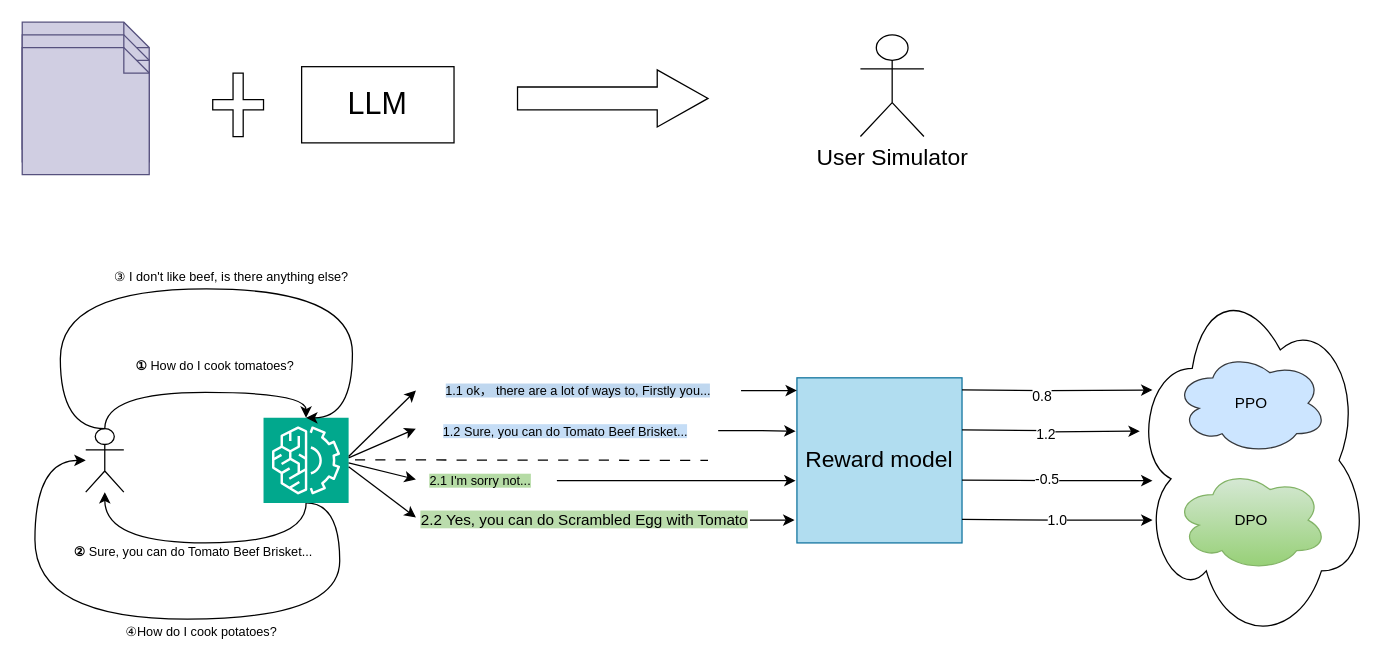
The draw.io diagram assets/image/rlhf.drawio in gouqi666/deep-speed-chat, before the edit. Source tidied: cells renumbered, new cells numbered last; positions are measured from the earlier drawing's top-left corner, leaving out a move shared by most shapes. Both pictures are drawn from the tidied source at 127%, with x=0, y=0 at pixel (22, 22).
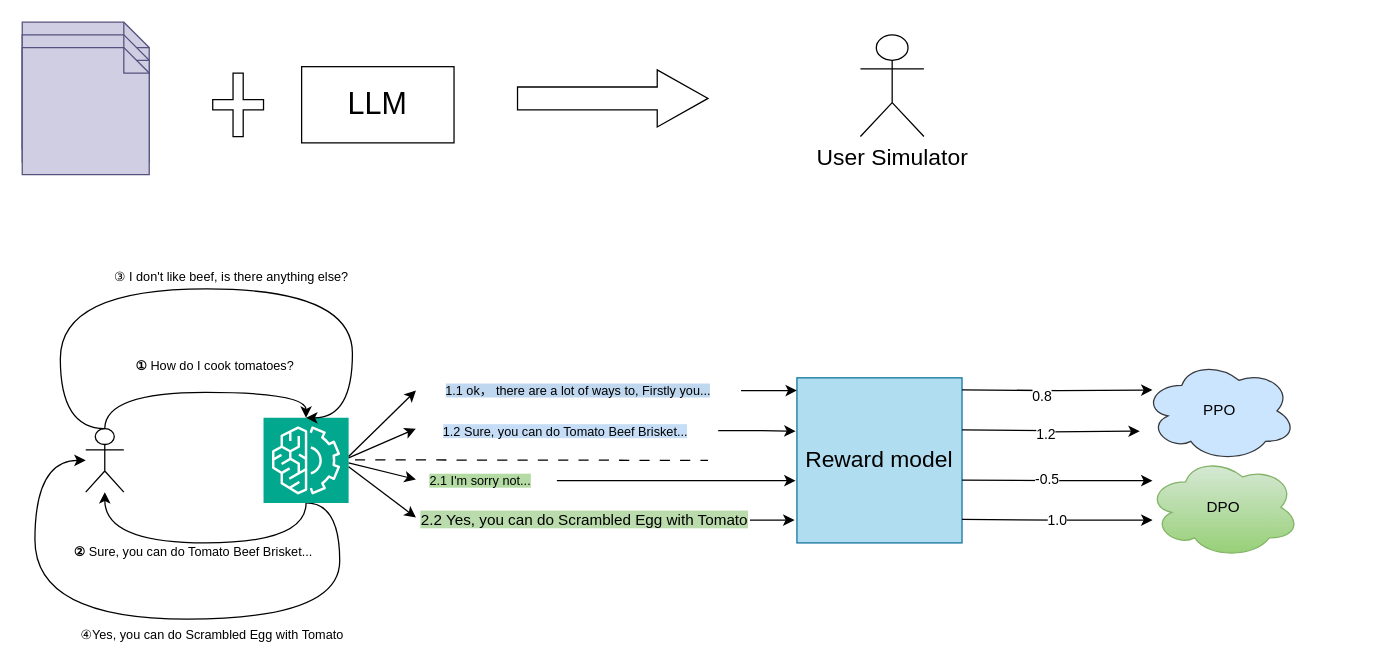
Above is the later version.

Diff of the diagram source:
```diff
@@
-    <mxCell id="2" style="ellipse;shape=cloud;whiteSpace=wrap;html=1;fillColor=none;" parent="1" vertex="1">
-      <mxGeometry x="875" y="200" width="185" height="290" as="geometry" />
-    </mxCell>
@@
     <mxCell id="19" value="DPO" style="ellipse;shape=cloud;whiteSpace=wrap;html=1;fillColor=#d5e8d4;gradientColor=#97d077;strokeColor=#82b366;" parent="1" vertex="1">
-      <mxGeometry x="907.5" y="352" width="120" height="80" as="geometry" />
+      <mxGeometry x="886" y="342" width="120" height="80" as="geometry" />
     </mxCell>
     <mxCell id="20" value="PPO" style="ellipse;shape=cloud;whiteSpace=wrap;html=1;fillColor=#cce5ff;strokeColor=#36393d;" parent="1" vertex="1">
-      <mxGeometry x="907.5" y="260" width="120" height="80" as="geometry" />
+      <mxGeometry x="883" y="266" width="120" height="80" as="geometry" />
     </mxCell>
@@
-    <mxCell id="27" value="&lt;font style=&quot;font-size: 10px;&quot;&gt;&amp;nbsp;④How do I cook potatoes?&lt;/font&gt;" style="text;strokeColor=none;align=center;fillColor=none;html=1;verticalAlign=middle;whiteSpace=wrap;rounded=0;" parent="1" vertex="1">
-      <mxGeometry x="30" y="470" width="220" height="20" as="geometry" />
+    <mxCell id="27" value="&lt;font style=&quot;font-size: 10px;&quot;&gt;&amp;nbsp;④Yes, you can do Scrambled Egg with Tomato&lt;/font&gt;" style="text;strokeColor=none;align=center;fillColor=none;html=1;verticalAlign=middle;whiteSpace=wrap;rounded=0;" parent="1" vertex="1">
+      <mxGeometry x="19" y="471" width="259" height="22" as="geometry" />
     </mxCell>
@@
-    <mxCell id="37" style="edgeStyle=orthogonalEdgeStyle;rounded=0;jettySize=auto;html=1;exitX=1;exitY=0.5;exitDx=0;exitDy=0;entryX=0.081;entryY=0.309;entryDx=0;entryDy=0;entryPerimeter=0;" parent="1" edge="1" target="2">
+    <mxCell id="37" style="edgeStyle=orthogonalEdgeStyle;rounded=0;orthogonalLoop=1;jettySize=auto;html=1;exitX=1;exitY=0.5;exitDx=0;exitDy=0;entryX=0.081;entryY=0.309;entryDx=0;entryDy=0;entryPerimeter=0;" parent="1" edge="1">
       <mxGeometry relative="1" as="geometry">
         <mxPoint x="740" y="289.5" as="sourcePoint" />
+        <mxPoint x="890" y="289.6" as="targetPoint" />
       </mxGeometry>
     </mxCell>
```
